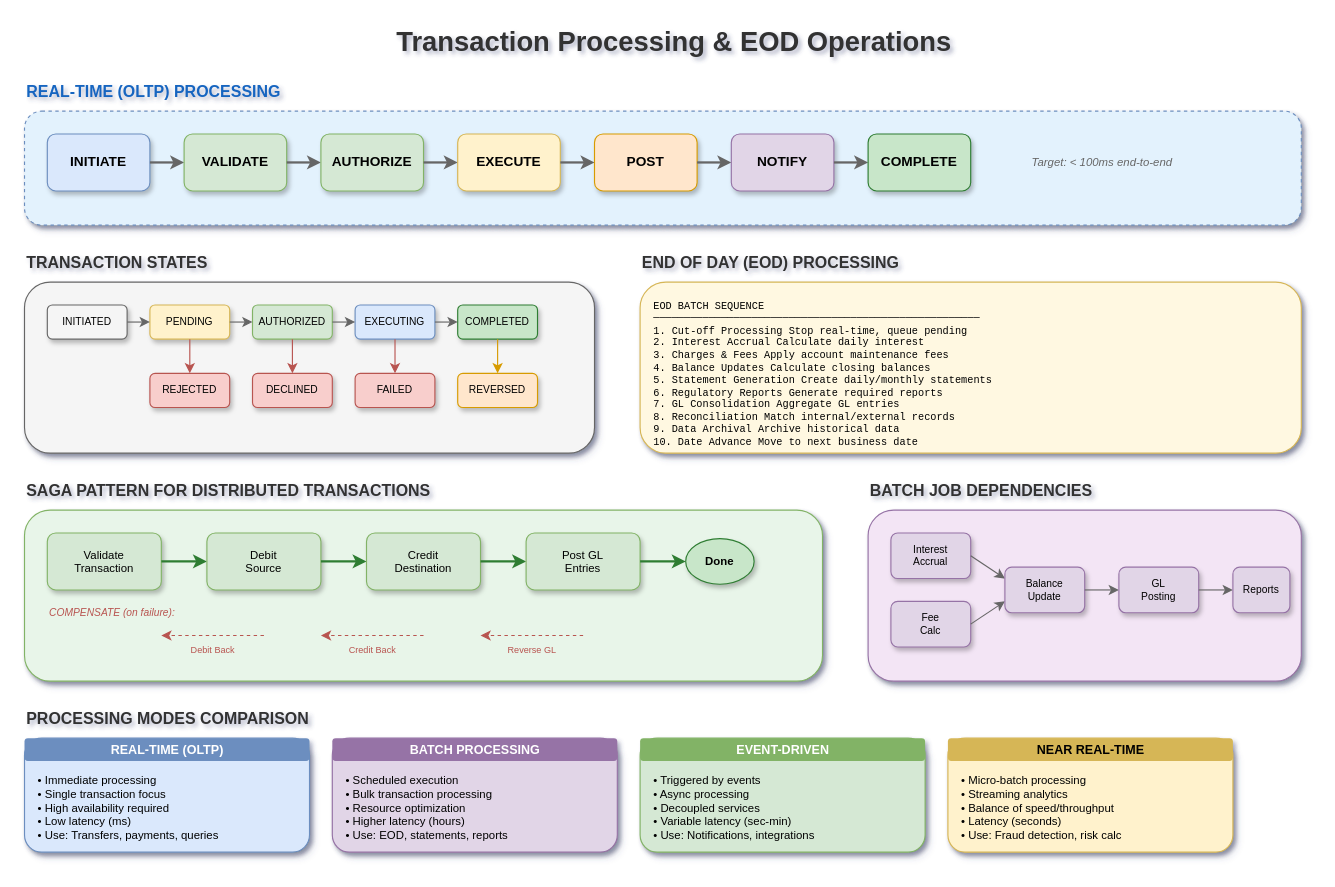
MrParkerZ7/document-lesson-core-banking-business-system-technology-x-claude keeps this draw.io diagram as lesson-09-transaction-processing/09.0-transaction-processing.drawio. Above is the earlier version. Source tidied: cells renumbered, new cells numbered last; positions are measured from the earlier drawing's top-left corner, leaving out a move shared by most shapes. Both pictures are drawn from the tidied source at 114%, with x=0, y=0 at pixel (24, 19).
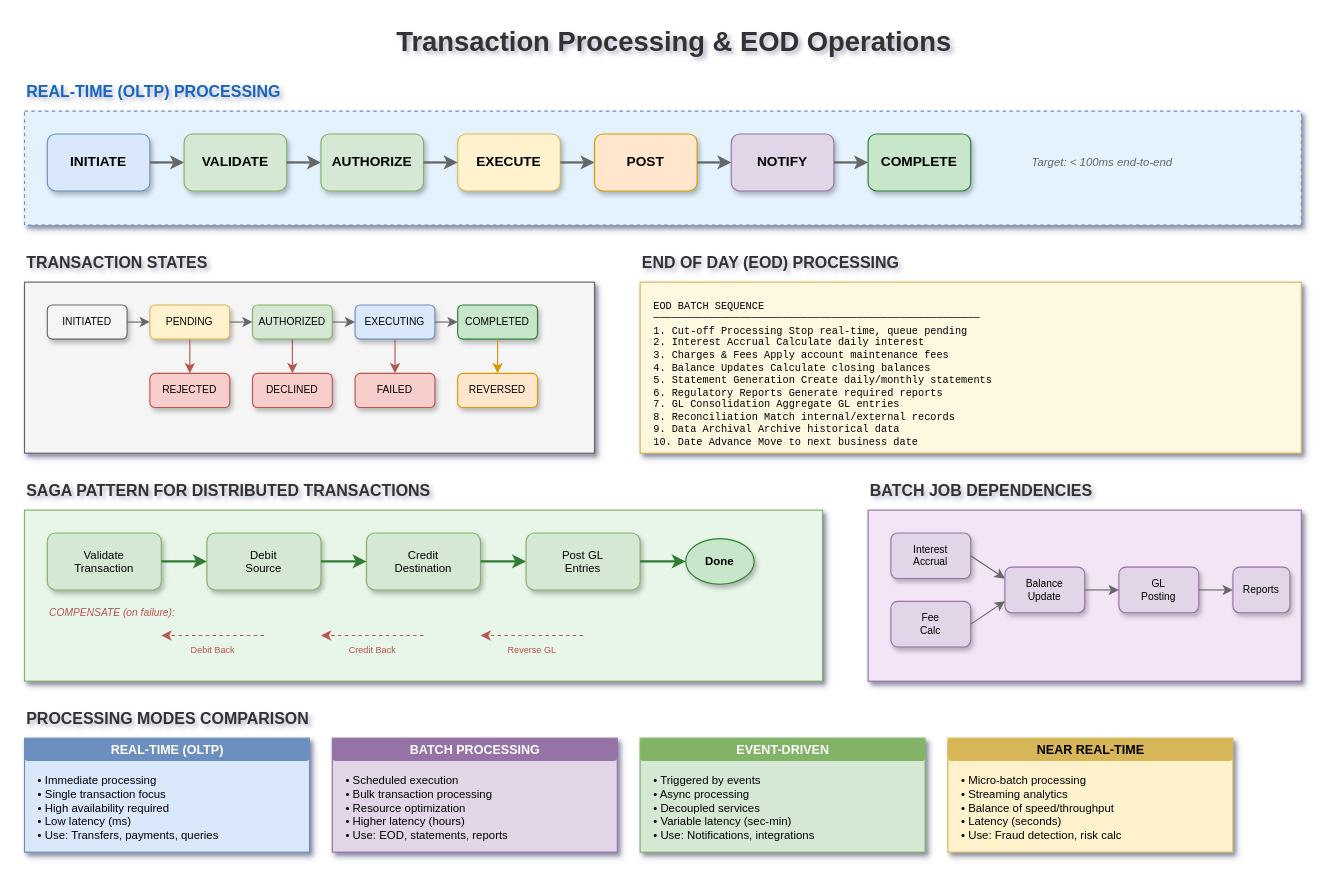
Above is the later version.

What changed in the source:
```diff
@@
-    <mxCell id="4" style="rounded=1;whiteSpace=wrap;html=1;fillColor=#e3f2fd;strokeColor=#6c8ebf;shadow=1;dashed=1;" parent="1" vertex="1">
+    <mxCell id="4" style="rounded=0;whiteSpace=wrap;html=1;fillColor=#e3f2fd;strokeColor=#6c8ebf;shadow=1;dashed=1;" parent="1" vertex="1">
       <mxGeometry y="80" width="1120" height="100" as="geometry" />
     </mxCell>
@@
-    <mxCell id="20" style="rounded=1;whiteSpace=wrap;html=1;fillColor=#f5f5f5;strokeColor=#666666;shadow=1;" parent="1" vertex="1">
+    <mxCell id="20" style="rounded=0;whiteSpace=wrap;html=1;fillColor=#f5f5f5;strokeColor=#666666;shadow=1;" parent="1" vertex="1">
       <mxGeometry y="230" width="500" height="150" as="geometry" />
     </mxCell>
@@
-    <mxCell id="39" style="rounded=1;whiteSpace=wrap;html=1;fillColor=#fff8e1;strokeColor=#d6b656;shadow=1;" parent="1" vertex="1">
+    <mxCell id="39" style="rounded=0;whiteSpace=wrap;html=1;fillColor=#fff8e1;strokeColor=#d6b656;shadow=1;" parent="1" vertex="1">
       <mxGeometry x="540" y="230" width="580" height="150" as="geometry" />
     </mxCell>
@@
-    <mxCell id="42" style="rounded=1;whiteSpace=wrap;html=1;fillColor=#e8f5e9;strokeColor=#82b366;shadow=1;" parent="1" vertex="1">
+    <mxCell id="42" style="rounded=0;whiteSpace=wrap;html=1;fillColor=#e8f5e9;strokeColor=#82b366;shadow=1;" parent="1" vertex="1">
       <mxGeometry y="430" width="700" height="150" as="geometry" />
     </mxCell>
@@
-    <mxCell id="60" style="rounded=1;whiteSpace=wrap;html=1;fillColor=#f3e5f5;strokeColor=#9673a6;shadow=1;" parent="1" vertex="1">
+    <mxCell id="60" style="rounded=0;whiteSpace=wrap;html=1;fillColor=#f3e5f5;strokeColor=#9673a6;shadow=1;" parent="1" vertex="1">
       <mxGeometry x="740" y="430" width="380" height="150" as="geometry" />
     </mxCell>
@@
-    <mxCell id="71" style="rounded=1;whiteSpace=wrap;html=1;fillColor=#dae8fc;strokeColor=#6c8ebf;shadow=1;" parent="1" vertex="1">
+    <mxCell id="71" style="rounded=0;whiteSpace=wrap;html=1;fillColor=#dae8fc;strokeColor=#6c8ebf;shadow=1;" parent="1" vertex="1">
       <mxGeometry y="630" width="250" height="100" as="geometry" />
     </mxCell>
@@
-    <mxCell id="74" style="rounded=1;whiteSpace=wrap;html=1;fillColor=#e1d5e7;strokeColor=#9673a6;shadow=1;" parent="1" vertex="1">
+    <mxCell id="74" style="rounded=0;whiteSpace=wrap;html=1;fillColor=#e1d5e7;strokeColor=#9673a6;shadow=1;" parent="1" vertex="1">
       <mxGeometry x="270" y="630" width="250" height="100" as="geometry" />
     </mxCell>
@@
-    <mxCell id="77" style="rounded=1;whiteSpace=wrap;html=1;fillColor=#d5e8d4;strokeColor=#82b366;shadow=1;" parent="1" vertex="1">
+    <mxCell id="77" style="rounded=0;whiteSpace=wrap;html=1;fillColor=#d5e8d4;strokeColor=#82b366;shadow=1;" parent="1" vertex="1">
       <mxGeometry x="540" y="630" width="250" height="100" as="geometry" />
     </mxCell>
@@
-    <mxCell id="80" style="rounded=1;whiteSpace=wrap;html=1;fillColor=#fff2cc;strokeColor=#d6b656;shadow=1;" parent="1" vertex="1">
+    <mxCell id="80" style="rounded=0;whiteSpace=wrap;html=1;fillColor=#fff2cc;strokeColor=#d6b656;shadow=1;" parent="1" vertex="1">
       <mxGeometry x="810" y="630" width="250" height="100" as="geometry" />
     </mxCell>
```
